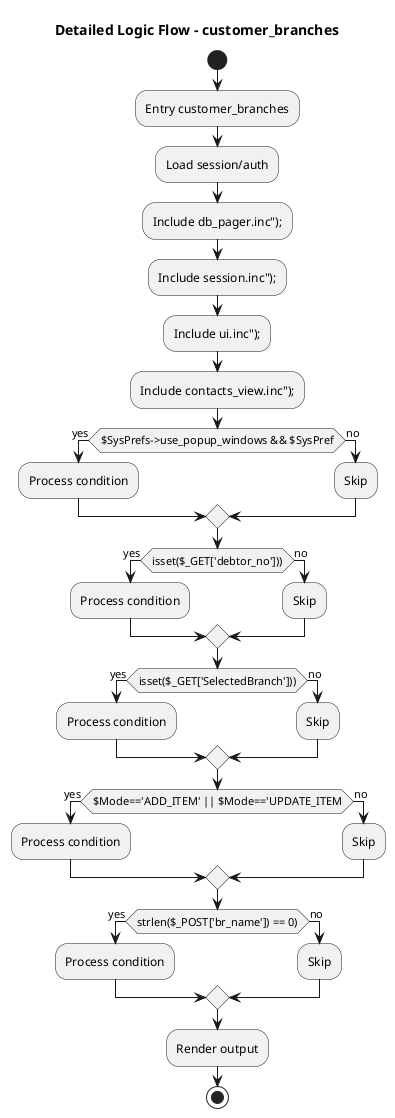
The PlantUML diagram sales_manage/FA_UML_Logic_customer_branches.png in fraserhighlandshoppe/FAAnalysis, before a commit. Source of this version:
```plantuml
@startuml
title Detailed Logic Flow - customer_branches
start
:Entry customer_branches;
:Load session/auth;
:Include db_pager.inc");;
:Include session.inc");;
:Include ui.inc");;
:Include contacts_view.inc");;
if ($SysPrefs->use_popup_windows && $SysPref) then (yes)
  :Process condition;
else (no)
  :Skip;
endif
if (isset($_GET['debtor_no']))) then (yes)
  :Process condition;
else (no)
  :Skip;
endif
if (isset($_GET['SelectedBranch']))) then (yes)
  :Process condition;
else (no)
  :Skip;
endif
if ($Mode=='ADD_ITEM' || $Mode=='UPDATE_ITEM) then (yes)
  :Process condition;
else (no)
  :Skip;
endif
if (strlen($_POST['br_name']) == 0)) then (yes)
  :Process condition;
else (no)
  :Skip;
endif
:Render output;
stop
@enduml
```
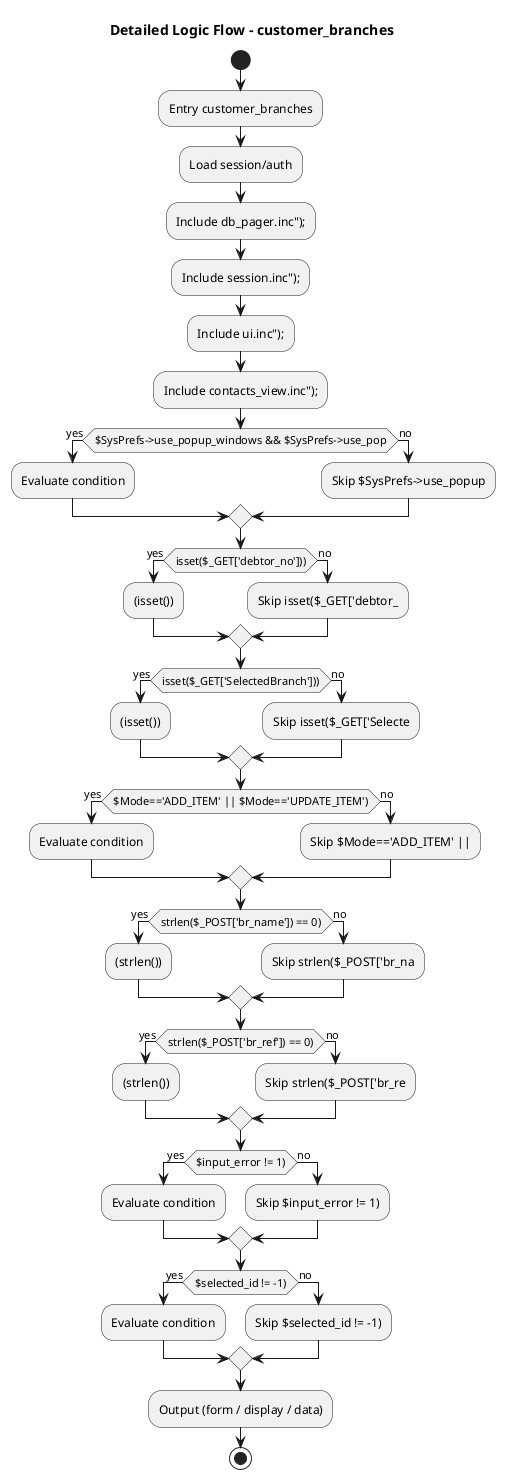
The same file after the commit.

Diff of the diagram source:
```diff
@@ -7,31 +7,46 @@
 :Include session.inc");;
 :Include ui.inc");;
 :Include contacts_view.inc");;
-if ($SysPrefs->use_popup_windows && $SysPref) then (yes)
-  :Process condition;
+if ($SysPrefs->use_popup_windows && $SysPrefs->use_pop) then (yes)
+  :Evaluate condition;
 else (no)
-  :Skip;
+  :Skip $SysPrefs->use_popup;
 endif
 if (isset($_GET['debtor_no']))) then (yes)
-  :Process condition;
+  :(isset());
 else (no)
-  :Skip;
+  :Skip isset($_GET['debtor_;
 endif
 if (isset($_GET['SelectedBranch']))) then (yes)
-  :Process condition;
+  :(isset());
 else (no)
-  :Skip;
+  :Skip isset($_GET['Selecte;
 endif
-if ($Mode=='ADD_ITEM' || $Mode=='UPDATE_ITEM) then (yes)
-  :Process condition;
+if ($Mode=='ADD_ITEM' || $Mode=='UPDATE_ITEM')) then (yes)
+  :Evaluate condition;
 else (no)
-  :Skip;
+  :Skip $Mode=='ADD_ITEM' ||;
 endif
 if (strlen($_POST['br_name']) == 0)) then (yes)
-  :Process condition;
+  :(strlen());
 else (no)
-  :Skip;
+  :Skip strlen($_POST['br_na;
 endif
-:Render output;
+if (strlen($_POST['br_ref']) == 0)) then (yes)
+  :(strlen());
+else (no)
+  :Skip strlen($_POST['br_re;
+endif
+if ($input_error != 1)) then (yes)
+  :Evaluate condition;
+else (no)
+  :Skip $input_error != 1);
+endif
+if ($selected_id != -1)) then (yes)
+  :Evaluate condition;
+else (no)
+  :Skip $selected_id != -1);
+endif
+:Output (form / display / data);
 stop
 @enduml
```
